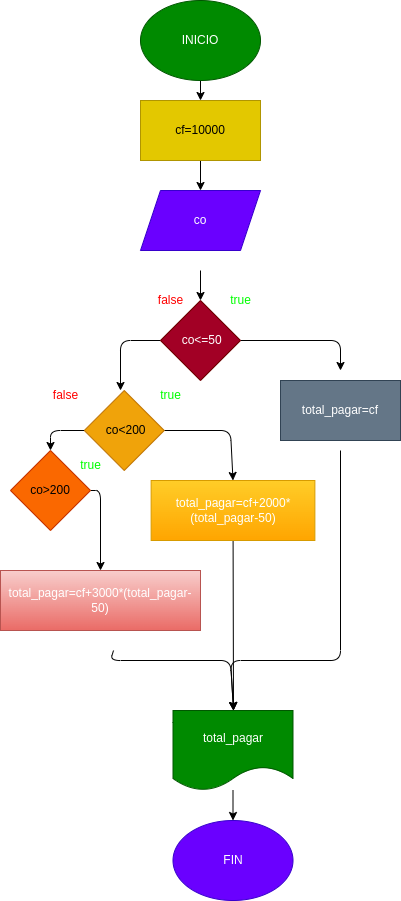
Before: ejercicio5/diagrama.png, a diagram exported from draw.io (lisethcorrea/taller_condicionales_ejercicios). Source tidied: cells renumbered, new cells last; positions are measured from the earlier drawing's top-left corner, leaving out a move shared by most shapes.
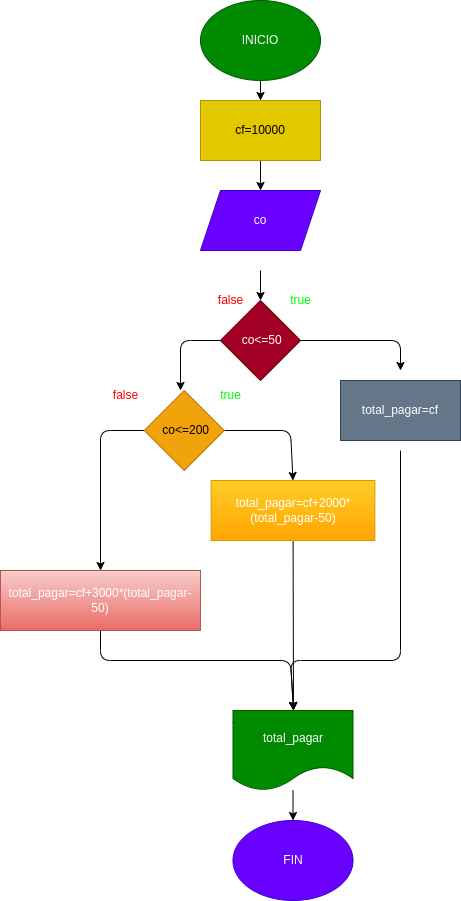
After the commit.

Commit message:
se modifico el diagrama del ejercicio5

What changed in the source:
```diff
@@ -57,22 +57,21 @@
         </Array>
       </mxGeometry>
     </mxCell>
-    <mxCell id="12" style="edgeStyle=none;html=1;entryX=0.5;entryY=0;entryDx=0;entryDy=0;" parent="1" edge="1" source="13" target="17">
+    <mxCell id="12" style="edgeStyle=none;html=1;entryX=0.5;entryY=0;entryDx=0;entryDy=0;" parent="1" edge="1" source="13" target="30">
       <mxGeometry relative="1" as="geometry">
         <Array as="points">
-          <mxPoint x="50" y="430" />
+          <mxPoint x="40" y="430" />
         </Array>
       </mxGeometry>
     </mxCell>
-    <mxCell id="13" value="&amp;nbsp;co&amp;lt;200" style="rhombus;whiteSpace=wrap;html=1;align=center;fillColor=#f0a30a;fontColor=#000000;strokeColor=#BD7000;" parent="1" vertex="1">
+    <mxCell id="13" value="&amp;nbsp;co&amp;lt;=200" style="rhombus;whiteSpace=wrap;html=1;align=center;fillColor=#f0a30a;fontColor=#000000;strokeColor=#BD7000;" parent="1" vertex="1">
       <mxGeometry x="83.8" y="390" width="80" height="80" as="geometry" />
     </mxCell>
-    <mxCell id="14" style="edgeStyle=none;html=1;" parent="1" edge="1">
+    <mxCell id="14" style="edgeStyle=none;html=1;exitX=0.5;exitY=1;exitDx=0;exitDy=0;" parent="1" edge="1" source="30">
       <mxGeometry relative="1" as="geometry">
-        <mxPoint x="113" y="650" as="sourcePoint" />
         <mxPoint x="233" y="710" as="targetPoint" />
         <Array as="points">
-          <mxPoint x="110" y="660" />
+          <mxPoint x="40" y="660" />
           <mxPoint x="230" y="660" />
         </Array>
       </mxGeometry>
@@ -83,16 +82,6 @@
         <mxPoint x="233" y="710" as="targetPoint" />
       </mxGeometry>
     </mxCell>
-    <mxCell id="16" style="edgeStyle=none;html=1;entryX=0.5;entryY=0;entryDx=0;entryDy=0;" parent="1" edge="1" source="17" target="30">
-      <mxGeometry relative="1" as="geometry">
-        <Array as="points">
-          <mxPoint x="100" y="490" />
-        </Array>
-      </mxGeometry>
-    </mxCell>
-    <mxCell id="17" value="co&amp;gt;200" style="rhombus;whiteSpace=wrap;html=1;align=center;fillColor=#fa6800;fontColor=#000000;strokeColor=#C73500;" parent="1" vertex="1">
-      <mxGeometry x="10" y="450" width="80" height="80" as="geometry" />
-    </mxCell>
     <mxCell id="18" value="&lt;font color=&quot;#00ff00&quot;&gt;true&lt;/font&gt;" style="text;html=1;align=center;verticalAlign=middle;strokeColor=none;fillColor=none;" parent="1" vertex="1">
       <mxGeometry x="220" y="285" width="40" height="30" as="geometry" />
     </mxCell>
@@ -105,9 +94,6 @@
     <mxCell id="21" value="&lt;font color=&quot;#00ff00&quot;&gt;true&lt;/font&gt;" style="text;html=1;align=center;verticalAlign=middle;strokeColor=none;fillColor=none;" parent="1" vertex="1">
       <mxGeometry x="150" y="380" width="40" height="30" as="geometry" />
     </mxCell>
-    <mxCell id="22" value="&lt;font color=&quot;#00ff00&quot;&gt;true&lt;/font&gt;" style="text;html=1;align=center;verticalAlign=middle;strokeColor=none;fillColor=none;" parent="1" vertex="1">
-      <mxGeometry x="70" y="450" width="40" height="30" as="geometry" />
-    </mxCell>
     <mxCell id="23" value="FIN" style="ellipse;whiteSpace=wrap;html=1;fillColor=#6a00ff;fontColor=#ffffff;strokeColor=#3700CC;" parent="1" vertex="1">
       <mxGeometry x="172.5" y="820" width="120" height="80" as="geometry" />
     </mxCell>
@@ -130,7 +116,7 @@
       <mxGeometry x="150.6" y="480" width="163.8" height="60" as="geometry" />
     </mxCell>
     <mxCell id="30" value="&lt;span style=&quot;color: rgb(255, 255, 255);&quot;&gt;total_pagar=cf+3000*(total_pagar-50)&lt;/span&gt;" style="rounded=0;whiteSpace=wrap;html=1;fillColor=#f8cecc;gradientColor=#ea6b66;strokeColor=#b85450;" parent="1" vertex="1">
-      <mxGeometry y="570" width="200" height="60" as="geometry" />
+      <mxGeometry x="-60" y="570" width="200" height="60" as="geometry" />
     </mxCell>
   </root>
 </mxGraphModel>
```
